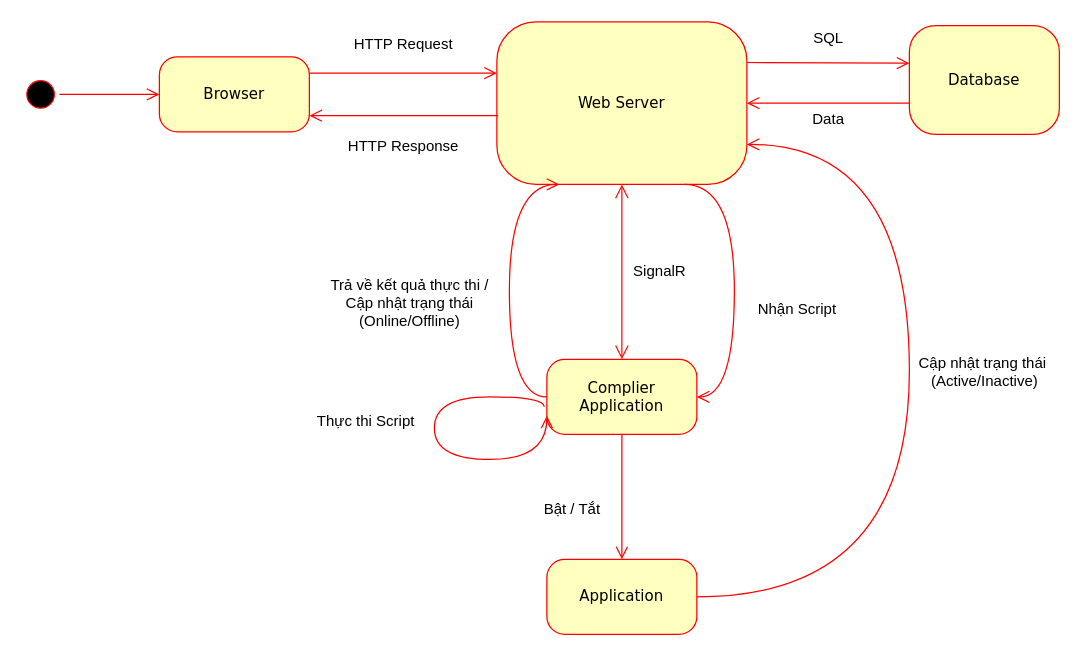
Before: documents/implementations/Sơ đồ hình dung tổng thể/state.drawio in diennttlu/Graduation-Project, a draw.io diagram. Source tidied: cells renumbered, new cells numbered last; positions are measured from the earlier drawing's top-left corner, leaving out a move shared by most shapes. Both pictures are drawn from the tidied source at 125%, with x=0, y=0 at pixel (21, 21).
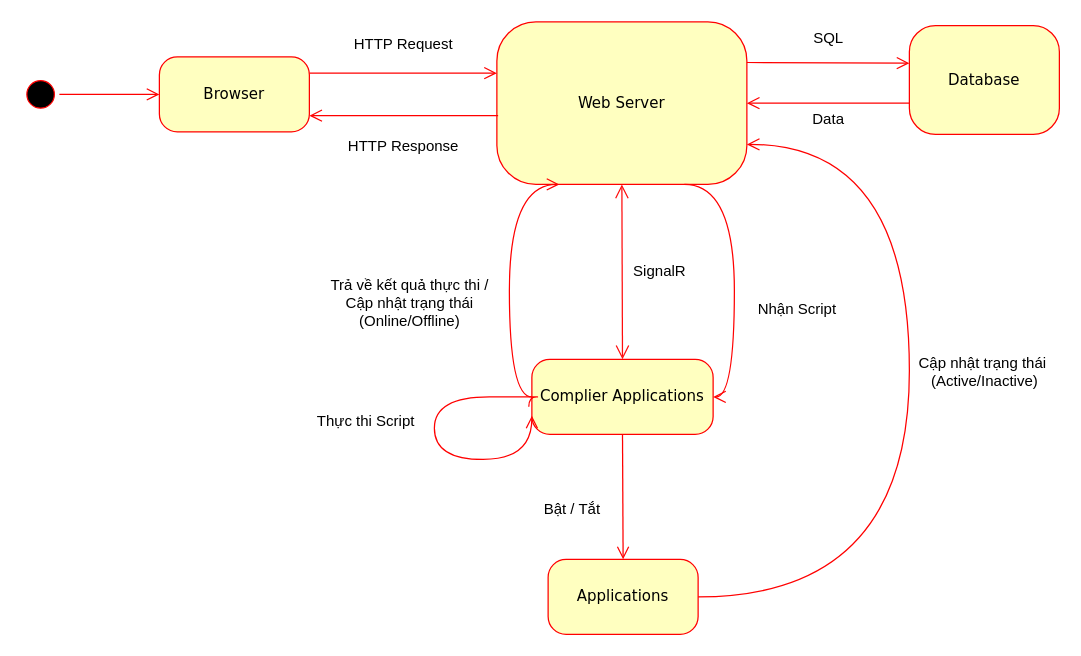
The same page after the edit.

The edit, as a diff of the source:
```diff
@@
-    <mxCell id="3" value="Complier Application" style="rounded=1;whiteSpace=wrap;html=1;arcSize=24;fillColor=#ffffc0;strokeColor=#ff0000;shadow=0;comic=0;labelBackgroundColor=none;fontFamily=Verdana;fontSize=12;fontColor=#000000;align=center;" parent="1" vertex="1">
-      <mxGeometry x="420" y="270" width="120" height="60" as="geometry" />
+    <mxCell id="3" value="Complier Applications" style="rounded=1;whiteSpace=wrap;html=1;arcSize=24;fillColor=#ffffc0;strokeColor=#ff0000;shadow=0;comic=0;labelBackgroundColor=none;fontFamily=Verdana;fontSize=12;fontColor=#000000;align=center;" parent="1" vertex="1">
+      <mxGeometry x="408" y="270" width="145" height="60" as="geometry" />
     </mxCell>
@@
-    <mxCell id="8" value="Application" style="rounded=1;whiteSpace=wrap;html=1;arcSize=24;fillColor=#ffffc0;strokeColor=#ff0000;shadow=0;comic=0;labelBackgroundColor=none;fontFamily=Verdana;fontSize=12;fontColor=#000000;align=center;" parent="1" vertex="1">
-      <mxGeometry x="420" y="430" width="120" height="60" as="geometry" />
+    <mxCell id="8" value="Applications" style="rounded=1;whiteSpace=wrap;html=1;arcSize=24;fillColor=#ffffc0;strokeColor=#ff0000;shadow=0;comic=0;labelBackgroundColor=none;fontFamily=Verdana;fontSize=12;fontColor=#000000;align=center;" parent="1" vertex="1">
+      <mxGeometry x="421" y="430" width="120" height="60" as="geometry" />
     </mxCell>
```
